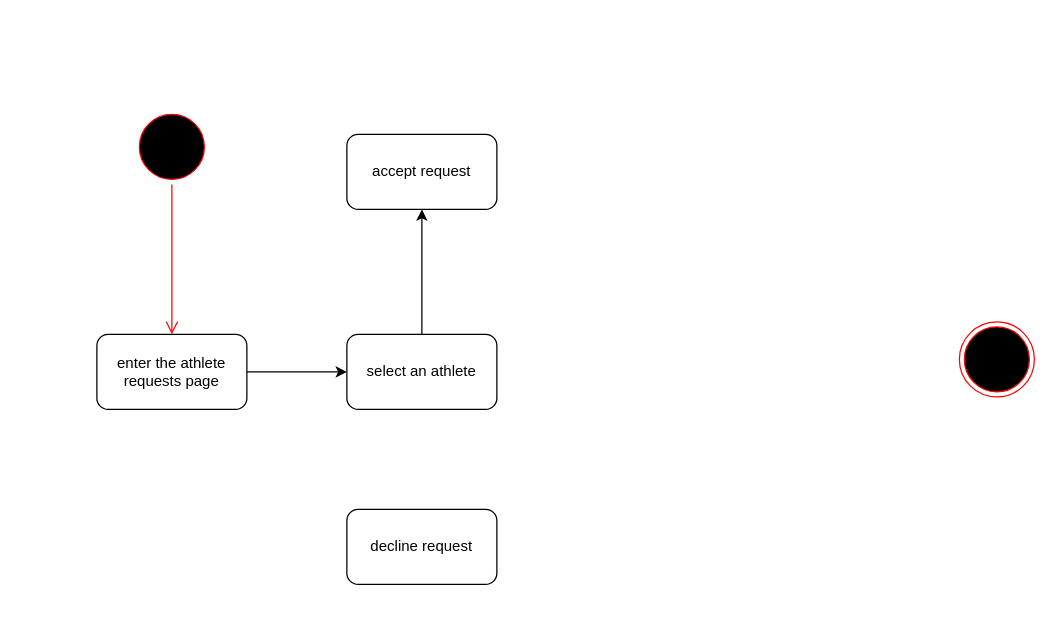
Earlier version of the draw.io diagram Behavioral Modeling/Behavioural State Machine(State Diagram)/AcceptAthleteBehavioralDiagram.drawio (mmohajer9/sama-online-coaching-system). Source tidied: cells renumbered, new cells numbered last; positions are measured from the earlier drawing's top-left corner, leaving out a move shared by most shapes. Both pictures are drawn from the tidied source at 125%, with x=0, y=0 at pixel (96, 109).
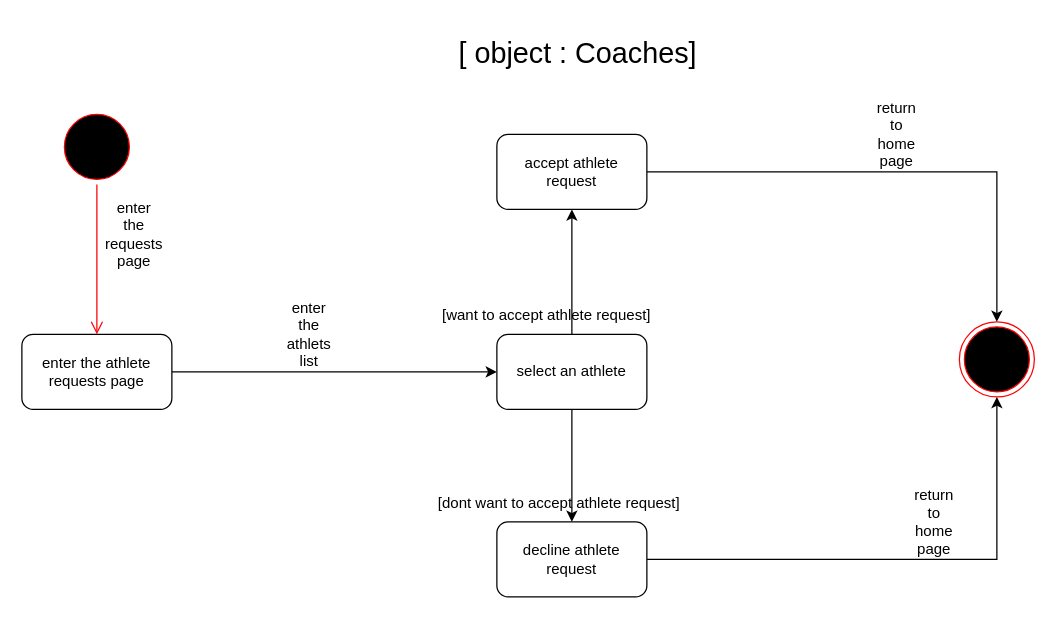
The same diagram, later.

Unchanged cells that the change refers to:
```xml
<mxCell id="4" style="ellipse;html=1;shape=endState;fillColor=#000000;strokeColor=#ff0000;" parent="1" vertex="1">
  <mxGeometry x="690" y="170" width="60" height="60" as="geometry" />
</mxCell>
```

What changed in the source:
```diff
@@
     <mxCell id="2" style="ellipse;html=1;shape=startState;fillColor=#000000;strokeColor=#ff0000;" parent="1" vertex="1">
-      <mxGeometry x="30" width="60" height="60" as="geometry" />
+      <mxGeometry x="-30" width="60" height="60" as="geometry" />
     </mxCell>
-    <mxCell id="3" style="edgeStyle=orthogonalEdgeStyle;html=1;verticalAlign=bottom;endArrow=open;endSize=8;strokeColor=#ff0000;" parent="1" edge="1" source="2">
-      <mxGeometry relative="1" as="geometry">
-        <mxPoint x="60" y="180" as="targetPoint" />
-        <Array as="points">
-          <mxPoint x="60" y="120" />
-        </Array>
-      </mxGeometry>
+    <mxCell id="3" style="edgeStyle=orthogonalEdgeStyle;html=1;verticalAlign=bottom;endArrow=open;endSize=8;strokeColor=#ff0000;entryX=0.5;entryY=0;entryDx=0;entryDy=0;" parent="1" edge="1" source="2" target="6">
+      <mxGeometry relative="1" as="geometry" />
     </mxCell>
@@
-    <mxCell id="5" style="edgeStyle=orthogonalEdgeStyle;rounded=0;jettySize=auto;html=1;" parent="1" edge="1" source="6">
-      <mxGeometry relative="1" as="geometry">
-        <mxPoint x="200" y="210" as="targetPoint" />
-      </mxGeometry>
+    <mxCell id="5" style="edgeStyle=orthogonalEdgeStyle;rounded=0;jettySize=auto;html=1;entryX=0;entryY=0.5;entryDx=0;entryDy=0;" parent="1" edge="1" source="6" target="8">
+      <mxGeometry relative="1" as="geometry" />
     </mxCell>
     <mxCell id="6" value="enter the athlete requests page" style="rounded=1;whiteSpace=wrap;html=1;" parent="1" vertex="1">
-      <mxGeometry y="180" width="120" height="60" as="geometry" />
+      <mxGeometry x="-60" y="180" width="120" height="60" as="geometry" />
     </mxCell>
@@
+    <mxCell id="11" style="edgeStyle=orthogonalEdgeStyle;rounded=0;jettySize=auto;html=1;entryX=0.5;entryY=0;entryDx=0;entryDy=0;" parent="1" edge="1" source="8" target="9">
+      <mxGeometry relative="1" as="geometry" />
+    </mxCell>
     <mxCell id="8" value="select an athlete" style="rounded=1;whiteSpace=wrap;html=1;" parent="1" vertex="1">
-      <mxGeometry x="200" y="180" width="120" height="60" as="geometry" />
+      <mxGeometry x="320" y="180" width="120" height="60" as="geometry" />
     </mxCell>
+    <mxCell id="12" style="edgeStyle=orthogonalEdgeStyle;rounded=0;jettySize=auto;html=1;entryX=0.5;entryY=1;entryDx=0;entryDy=0;" parent="1" edge="1" source="9" target="4">
+      <mxGeometry relative="1" as="geometry" />
+    </mxCell>
-    <mxCell id="9" value="decline request" style="rounded=1;whiteSpace=wrap;html=1;" parent="1" vertex="1">
-      <mxGeometry x="200" y="320" width="120" height="60" as="geometry" />
+    <mxCell id="9" value="decline athlete request" style="rounded=1;whiteSpace=wrap;html=1;" parent="1" vertex="1">
+      <mxGeometry x="320" y="330" width="120" height="60" as="geometry" />
     </mxCell>
+    <mxCell id="13" style="edgeStyle=orthogonalEdgeStyle;rounded=0;jettySize=auto;html=1;entryX=0.5;entryY=0;entryDx=0;entryDy=0;" parent="1" edge="1" source="10" target="4">
+      <mxGeometry relative="1" as="geometry" />
+    </mxCell>
-    <mxCell id="10" value="accept request" style="rounded=1;whiteSpace=wrap;html=1;" parent="1" vertex="1">
-      <mxGeometry x="200" y="20" width="120" height="60" as="geometry" />
+    <mxCell id="10" value="accept athlete request" style="rounded=1;whiteSpace=wrap;html=1;" parent="1" vertex="1">
+      <mxGeometry x="320" y="20" width="120" height="60" as="geometry" />
     </mxCell>
+    <mxCell id="14" value="[dont want to accept athlete request]" style="text;html=1;strokeColor=none;fillColor=none;align=center;verticalAlign=middle;whiteSpace=wrap;rounded=0;" parent="1" vertex="1">
+      <mxGeometry x="270" y="310" width="200" height="10" as="geometry" />
+    </mxCell>
+    <mxCell id="15" value="[want to accept athlete request]" style="text;html=1;strokeColor=none;fillColor=none;align=center;verticalAlign=middle;whiteSpace=wrap;rounded=0;" parent="1" vertex="1">
+      <mxGeometry x="260" y="160" width="200" height="10" as="geometry" />
+    </mxCell>
+    <mxCell id="16" value="enter the requests page" style="text;html=1;strokeColor=none;fillColor=none;align=center;verticalAlign=middle;whiteSpace=wrap;rounded=0;" parent="1" vertex="1">
+      <mxGeometry x="10" y="90" width="40" height="20" as="geometry" />
+    </mxCell>
+    <mxCell id="17" value="enter the athlets list" style="text;html=1;strokeColor=none;fillColor=none;align=center;verticalAlign=middle;whiteSpace=wrap;rounded=0;" parent="1" vertex="1">
+      <mxGeometry x="150" y="170" width="40" height="20" as="geometry" />
+    </mxCell>
+    <mxCell id="18" value="return to home page" style="text;html=1;strokeColor=none;fillColor=none;align=center;verticalAlign=middle;whiteSpace=wrap;rounded=0;" parent="1" vertex="1">
+      <mxGeometry x="650" y="320" width="40" height="20" as="geometry" />
+    </mxCell>
+    <mxCell id="19" value="return to home page" style="text;html=1;strokeColor=none;fillColor=none;align=center;verticalAlign=middle;whiteSpace=wrap;rounded=0;" parent="1" vertex="1">
+      <mxGeometry x="620" y="10" width="40" height="20" as="geometry" />
+    </mxCell>
+    <mxCell id="20" value="&lt;font style=&quot;font-size: 23px&quot;&gt;[ object : Coaches]&lt;/font&gt;" style="text;html=1;strokeColor=none;fillColor=none;align=center;verticalAlign=middle;whiteSpace=wrap;rounded=0;" parent="1" vertex="1">
+      <mxGeometry x="245" y="-70" width="280" height="50" as="geometry" />
+    </mxCell>
```
